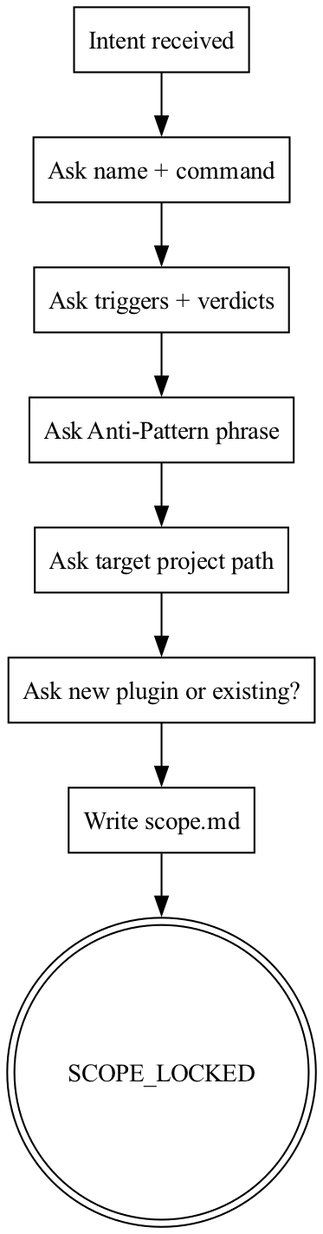
Above: docs/field-manual/diagrams/01-skill_scope.png in Hook12aaa/skill-cheat (Graphviz), before the change. Its source is kept beside it as docs/field-manual/diagrams/01-skill_scope.dot. Its diagram source:
```dot
digraph skill_scope {
    rankdir=TB;
    "Intent received" [shape=box];
    "Ask name + command" [shape=box];
    "Ask triggers + verdicts" [shape=box];
    "Ask Anti-Pattern phrase" [shape=box];
    "Ask target project path" [shape=box];
    "Ask new plugin or existing?" [shape=box];
    "Write scope.md" [shape=box];
    "SCOPE_LOCKED" [shape=doublecircle];
    "Intent received" -> "Ask name + command";
    "Ask name + command" -> "Ask triggers + verdicts";
    "Ask triggers + verdicts" -> "Ask Anti-Pattern phrase";
    "Ask Anti-Pattern phrase" -> "Ask target project path";
    "Ask target project path" -> "Ask new plugin or existing?";
    "Ask new plugin or existing?" -> "Write scope.md";
    "Write scope.md" -> "SCOPE_LOCKED";
}
```
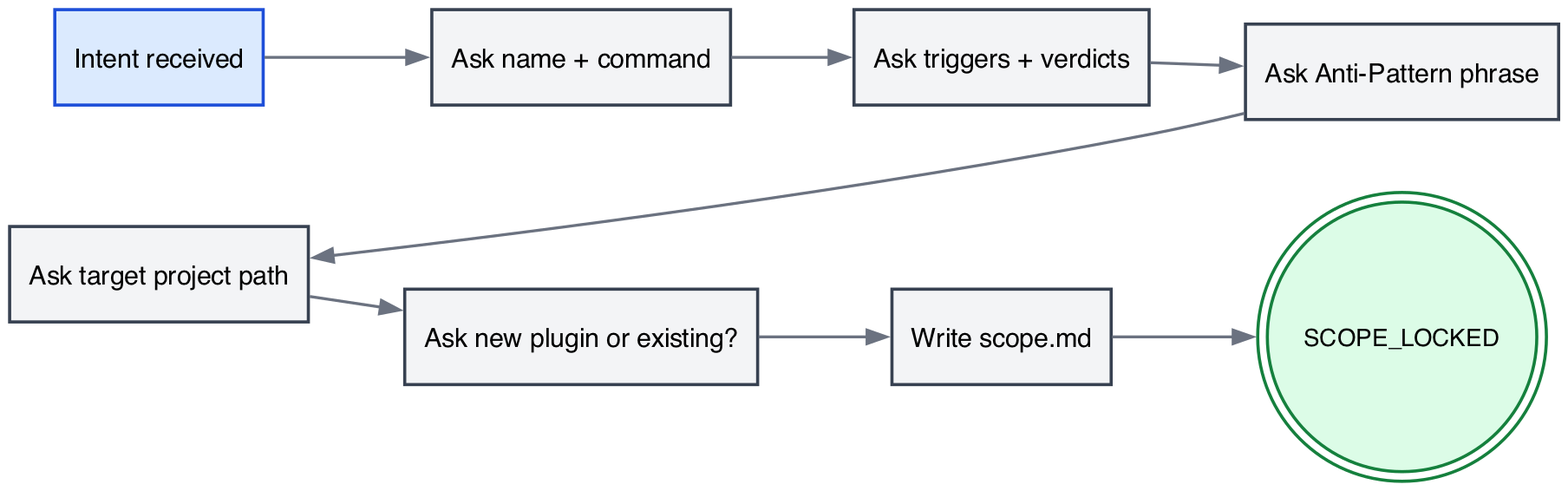
Later version of the same file.

Diff of the diagram source:
```diff
@@ -1,13 +1,26 @@
 digraph skill_scope {
-    rankdir=TB;
-    "Intent received" [shape=box];
-    "Ask name + command" [shape=box];
-    "Ask triggers + verdicts" [shape=box];
-    "Ask Anti-Pattern phrase" [shape=box];
-    "Ask target project path" [shape=box];
-    "Ask new plugin or existing?" [shape=box];
-    "Write scope.md" [shape=box];
-    "SCOPE_LOCKED" [shape=doublecircle];
+    bgcolor="white";
+    fontname="Helvetica";
+    rankdir=LR;
+    ranksep=0.55;
+    nodesep=0.35;
+    node [fontname="Helvetica", fontsize=11, style="filled", fillcolor="#f3f4f6", color="#374151", penwidth=1.3, shape=box, height=0.55];
+    edge [fontname="Helvetica", fontsize=10, color="#6b7280", arrowsize=0.8, penwidth=1.2];
+
+    "Intent received" [fillcolor="#dbeafe", color="#1d4ed8"];
+    "Ask name + command";
+    "Ask triggers + verdicts";
+    "Ask Anti-Pattern phrase";
+    "Ask target project path";
+    "Ask new plugin or existing?";
+    "Write scope.md";
+    "SCOPE_LOCKED" [shape=doublecircle, fillcolor="#dcfce7", color="#15803d", fontsize=10];
+
+    { rank=same; "Intent received"; "Ask target project path"; }
+    { rank=same; "Ask name + command"; "Ask new plugin or existing?"; }
+    { rank=same; "Ask triggers + verdicts"; "Write scope.md"; }
+    { rank=same; "Ask Anti-Pattern phrase"; "SCOPE_LOCKED"; }
+
     "Intent received" -> "Ask name + command";
     "Ask name + command" -> "Ask triggers + verdicts";
     "Ask triggers + verdicts" -> "Ask Anti-Pattern phrase";
```
